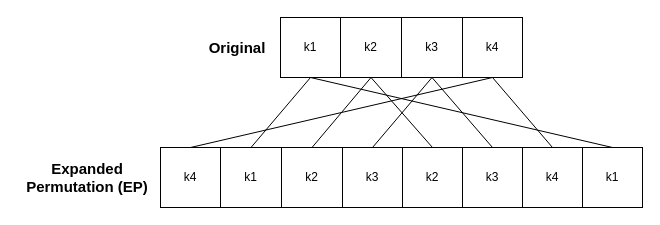
This is public/img/simpleDesPage/drawio/EP.drawio from hejzlzd1/EducrypterUHK, a draw.io file, before an edit. Source tidied: cells renumbered, new cells numbered last; positions are measured from the earlier drawing's top-left corner, leaving out a move shared by most shapes. Both pictures are drawn from the tidied source at 100%, with x=0, y=0 at pixel (17, 17).
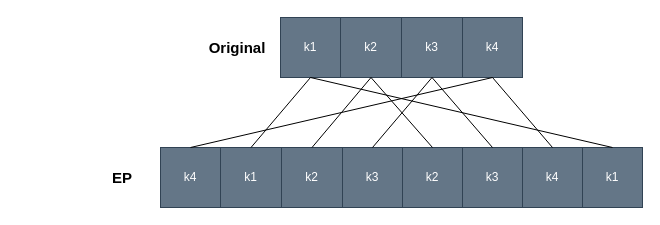
After the change.

Unchanged cells that the change refers to:
```xml
<mxCell id="2" style="swimlane;startSize=0;" parent="1" vertex="1">
  <mxGeometry x="263" width="241" height="60" as="geometry" />
</mxCell>
<mxCell id="7" style="swimlane;startSize=0;" parent="1" vertex="1">
  <mxGeometry x="143" y="130" width="481" height="60" as="geometry" />
</mxCell>
```

The edit, as a diff of the source:
```diff
@@
-    <mxCell id="3" value="k1" style="rounded=0;whiteSpace=wrap;html=1;" parent="2" vertex="1">
+    <mxCell id="3" value="k1" style="rounded=0;whiteSpace=wrap;html=1;fillColor=#647687;fontColor=#ffffff;strokeColor=#314354;" parent="2" vertex="1">
       <mxGeometry width="60" height="60" as="geometry" />
     </mxCell>
-    <mxCell id="4" value="k2" style="rounded=0;whiteSpace=wrap;html=1;" parent="2" vertex="1">
+    <mxCell id="4" value="k2" style="rounded=0;whiteSpace=wrap;html=1;fillColor=#647687;fontColor=#ffffff;strokeColor=#314354;" parent="2" vertex="1">
       <mxGeometry x="60" width="61" height="60" as="geometry" />
     </mxCell>
-    <mxCell id="5" value="k3" style="rounded=0;whiteSpace=wrap;html=1;" parent="2" vertex="1">
+    <mxCell id="5" value="k3" style="rounded=0;whiteSpace=wrap;html=1;fillColor=#647687;fontColor=#ffffff;strokeColor=#314354;" parent="2" vertex="1">
       <mxGeometry x="121" width="61" height="60" as="geometry" />
     </mxCell>
-    <mxCell id="6" value="k4" style="rounded=0;whiteSpace=wrap;html=1;" parent="2" vertex="1">
+    <mxCell id="6" value="k4" style="rounded=0;whiteSpace=wrap;html=1;fillColor=#647687;fontColor=#ffffff;strokeColor=#314354;" parent="2" vertex="1">
       <mxGeometry x="182" width="60" height="60" as="geometry" />
     </mxCell>
@@
-    <mxCell id="8" value="k4" style="rounded=0;whiteSpace=wrap;html=1;" parent="7" vertex="1">
+    <mxCell id="8" value="k4" style="rounded=0;whiteSpace=wrap;html=1;fillColor=#647687;fontColor=#ffffff;strokeColor=#314354;" parent="7" vertex="1">
       <mxGeometry width="60" height="60" as="geometry" />
     </mxCell>
-    <mxCell id="9" value="k1" style="rounded=0;whiteSpace=wrap;html=1;" parent="7" vertex="1">
+    <mxCell id="9" value="k1" style="rounded=0;whiteSpace=wrap;html=1;fillColor=#647687;fontColor=#ffffff;strokeColor=#314354;" parent="7" vertex="1">
       <mxGeometry x="60" width="61" height="60" as="geometry" />
     </mxCell>
-    <mxCell id="10" value="k2" style="rounded=0;whiteSpace=wrap;html=1;" parent="7" vertex="1">
+    <mxCell id="10" value="k2" style="rounded=0;whiteSpace=wrap;html=1;fillColor=#647687;fontColor=#ffffff;strokeColor=#314354;" parent="7" vertex="1">
       <mxGeometry x="121" width="61" height="60" as="geometry" />
     </mxCell>
-    <mxCell id="11" value="k3" style="rounded=0;whiteSpace=wrap;html=1;" parent="7" vertex="1">
+    <mxCell id="11" value="k3" style="rounded=0;whiteSpace=wrap;html=1;fillColor=#647687;fontColor=#ffffff;strokeColor=#314354;" parent="7" vertex="1">
       <mxGeometry x="182" width="60" height="60" as="geometry" />
     </mxCell>
-    <mxCell id="12" value="k2" style="rounded=0;whiteSpace=wrap;html=1;" parent="7" vertex="1">
+    <mxCell id="12" value="k2" style="rounded=0;whiteSpace=wrap;html=1;fillColor=#647687;fontColor=#ffffff;strokeColor=#314354;" parent="7" vertex="1">
       <mxGeometry x="242" width="60" height="60" as="geometry" />
     </mxCell>
-    <mxCell id="13" value="k3" style="rounded=0;whiteSpace=wrap;html=1;" parent="7" vertex="1">
+    <mxCell id="13" value="k3" style="rounded=0;whiteSpace=wrap;html=1;fillColor=#647687;fontColor=#ffffff;strokeColor=#314354;" parent="7" vertex="1">
       <mxGeometry x="302" width="60" height="60" as="geometry" />
     </mxCell>
-    <mxCell id="14" value="k4" style="rounded=0;whiteSpace=wrap;html=1;" parent="7" vertex="1">
+    <mxCell id="14" value="k4" style="rounded=0;whiteSpace=wrap;html=1;fillColor=#647687;fontColor=#ffffff;strokeColor=#314354;" parent="7" vertex="1">
       <mxGeometry x="362" width="60" height="60" as="geometry" />
     </mxCell>
-    <mxCell id="15" value="k1" style="rounded=0;whiteSpace=wrap;html=1;" parent="7" vertex="1">
+    <mxCell id="15" value="k1" style="rounded=0;whiteSpace=wrap;html=1;fillColor=#647687;fontColor=#ffffff;strokeColor=#314354;" parent="7" vertex="1">
       <mxGeometry x="422" width="60" height="60" as="geometry" />
     </mxCell>
-    <mxCell id="16" value="&lt;font style=&quot;font-size: 15px;&quot;&gt;&lt;b&gt;Expanded Permutation (EP)&lt;/b&gt;&lt;/font&gt;" style="text;html=1;strokeColor=none;fillColor=none;align=center;verticalAlign=middle;whiteSpace=wrap;rounded=0;" parent="1" vertex="1">
-      <mxGeometry y="130" width="140" height="60" as="geometry" />
+    <mxCell id="16" value="&lt;font style=&quot;font-size: 15px;&quot;&gt;&lt;b&gt;EP&lt;/b&gt;&lt;/font&gt;" style="text;html=1;strokeColor=none;fillColor=none;align=center;verticalAlign=middle;whiteSpace=wrap;rounded=0;" parent="1" vertex="1">
+      <mxGeometry x="70" y="130" width="70" height="60" as="geometry" />
     </mxCell>
```
